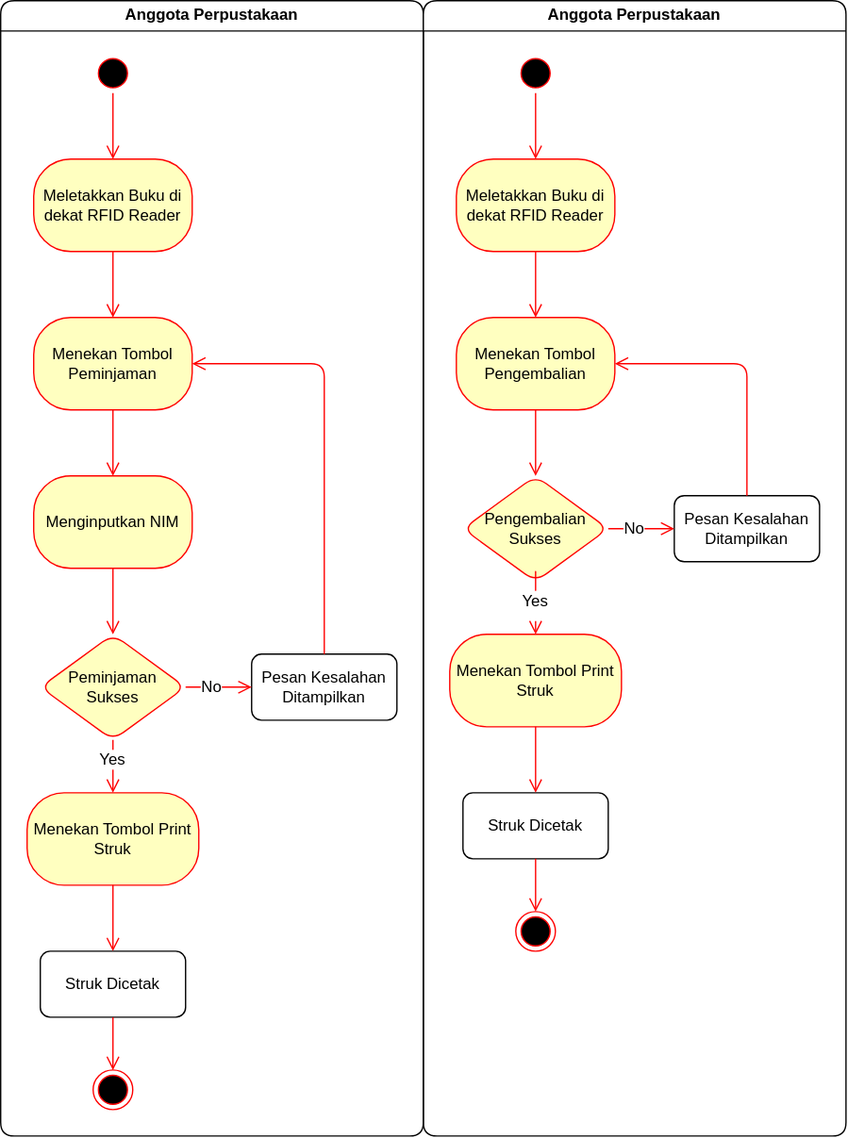
fauzan-radji/diagrams keeps this draw.io diagram as activity-diagram-sisfo-perpustakaan.drawio.svg. Above is the earlier version. Source tidied: cells renumbered, new cells last; positions are measured from the earlier drawing's top-left corner, leaving out a move shared by most shapes.
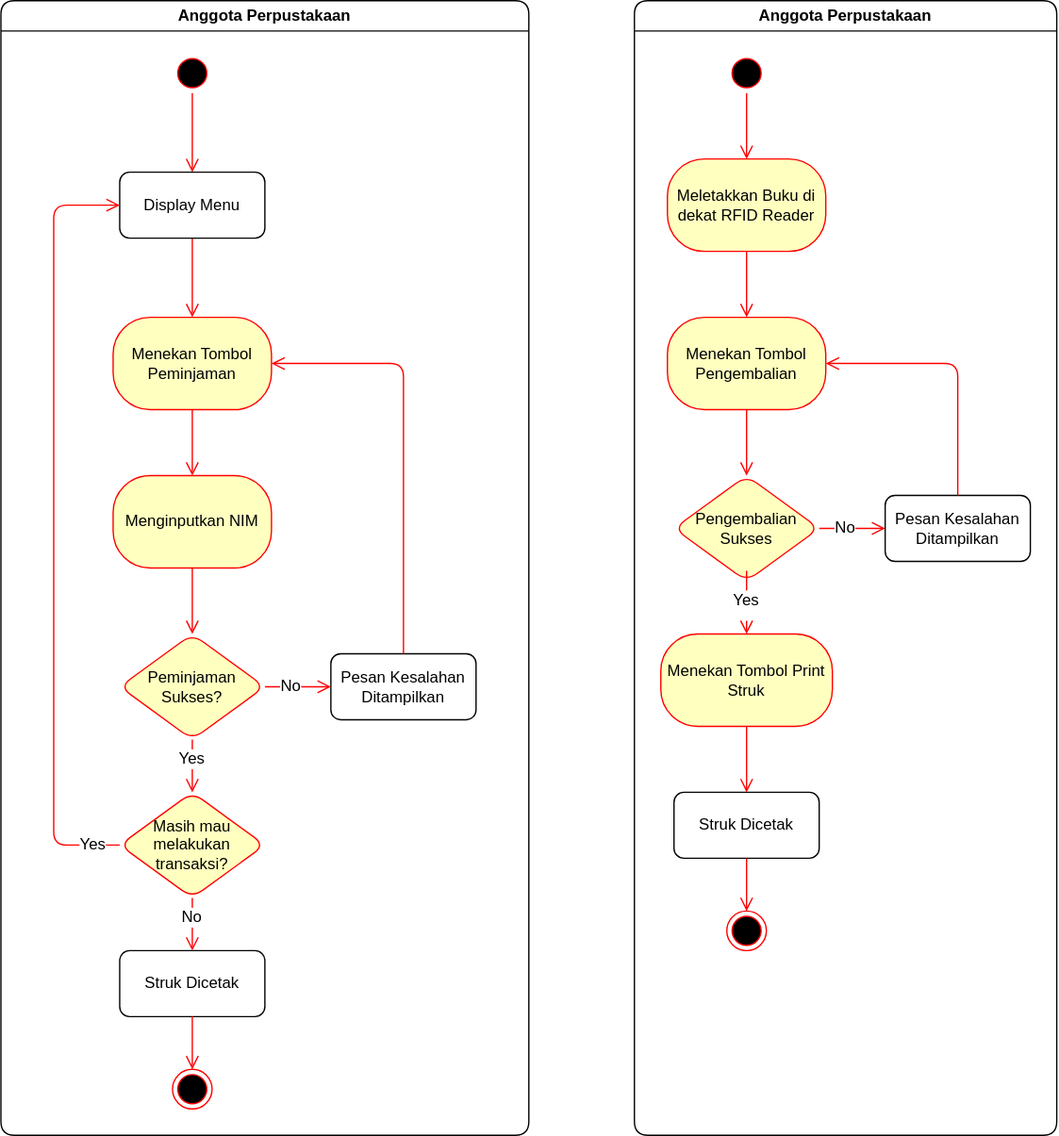
Later version of the same file.

What changed in the source:
```diff
@@ -3,44 +3,38 @@
     <mxCell id="0" />
     <mxCell id="1" parent="0" />
     <mxCell id="2" value="Anggota Perpustakaan" style="swimlane;whiteSpace=wrap;rounded=1;" parent="1" vertex="1">
-      <mxGeometry width="320" height="860" as="geometry" />
+      <mxGeometry x="-80" width="400" height="860" as="geometry" />
     </mxCell>
     <mxCell id="3" style="ellipse;shape=startState;fillColor=#000000;strokeColor=#ff0000;rounded=1;" parent="2" vertex="1">
-      <mxGeometry x="70" y="40" width="30" height="30" as="geometry" />
+      <mxGeometry x="130" y="40" width="30" height="30" as="geometry" />
     </mxCell>
-    <mxCell id="4" style="edgeStyle=elbowEdgeStyle;elbow=horizontal;verticalAlign=bottom;endArrow=open;endSize=8;strokeColor=#FF0000;endFill=1;rounded=1;entryX=0.5;entryY=0;entryDx=0;entryDy=0;" parent="2" edge="1" source="3" target="5">
-      <mxGeometry x="100" y="40" as="geometry">
+    <mxCell id="4" style="edgeStyle=elbowEdgeStyle;elbow=horizontal;verticalAlign=bottom;endArrow=open;endSize=8;strokeColor=#FF0000;endFill=1;rounded=1;entryX=0.5;entryY=0;entryDx=0;entryDy=0;" parent="2" edge="1" source="3" target="43">
+      <mxGeometry x="160" y="40" as="geometry">
         <Array as="points">
-          <mxPoint x="85" y="90" />
+          <mxPoint x="145" y="90" />
         </Array>
       </mxGeometry>
     </mxCell>
-    <mxCell id="5" value="Meletakkan Buku di dekat RFID Reader" style="rounded=1;whiteSpace=wrap;html=1;arcSize=40;fontColor=#000000;fillColor=#ffffc0;strokeColor=#ff0000;" parent="2" vertex="1">
-      <mxGeometry x="25" y="120" width="120" height="70" as="geometry" />
-    </mxCell>
-    <mxCell id="6" style="edgeStyle=orthogonalEdgeStyle;html=1;verticalAlign=bottom;endArrow=open;endSize=8;strokeColor=#ff0000;rounded=1;exitX=0.5;exitY=1;exitDx=0;exitDy=0;entryX=0.5;entryY=0;entryDx=0;entryDy=0;" parent="2" edge="1" source="5" target="7">
+    <mxCell id="6" style="edgeStyle=orthogonalEdgeStyle;html=1;verticalAlign=bottom;endArrow=open;endSize=8;strokeColor=#ff0000;rounded=1;exitX=0.5;exitY=1;exitDx=0;exitDy=0;entryX=0.5;entryY=0;entryDx=0;entryDy=0;" parent="2" edge="1" source="43" target="7">
       <mxGeometry relative="1" as="geometry" />
     </mxCell>
     <mxCell id="7" value="Menekan Tombol Peminjaman" style="rounded=1;whiteSpace=wrap;html=1;arcSize=40;fontColor=#000000;fillColor=#ffffc0;strokeColor=#ff0000;" parent="2" vertex="1">
-      <mxGeometry x="25" y="240" width="120" height="70" as="geometry" />
+      <mxGeometry x="85" y="240" width="120" height="70" as="geometry" />
     </mxCell>
     <mxCell id="8" value="Menginputkan NIM" style="rounded=1;whiteSpace=wrap;html=1;arcSize=40;fontColor=#000000;fillColor=#ffffc0;strokeColor=#ff0000;" parent="2" vertex="1">
-      <mxGeometry x="25" y="360" width="120" height="70" as="geometry" />
+      <mxGeometry x="85" y="360" width="120" height="70" as="geometry" />
     </mxCell>
-    <mxCell id="9" value="Menekan Tombol Print Struk" style="rounded=1;whiteSpace=wrap;html=1;arcSize=40;fontColor=#000000;fillColor=#ffffc0;strokeColor=#ff0000;" parent="2" vertex="1">
-      <mxGeometry x="20" y="600" width="130" height="70" as="geometry" />
-    </mxCell>
-    <mxCell id="10" value="Peminjaman Sukses" style="rhombus;fillColor=#ffffc0;strokeColor=#ff0000;rounded=1;whiteSpace=wrap;" parent="2" vertex="1">
-      <mxGeometry x="30" y="480" width="110" height="80" as="geometry" />
+    <mxCell id="10" value="Peminjaman Sukses?" style="rhombus;fillColor=#ffffc0;strokeColor=#ff0000;rounded=1;whiteSpace=wrap;" parent="2" vertex="1">
+      <mxGeometry x="90" y="480" width="110" height="80" as="geometry" />
     </mxCell>
     <mxCell id="11" value="Pesan Kesalahan Ditampilkan" style="rounded=1;whiteSpace=wrap;" parent="2" vertex="1">
-      <mxGeometry x="190" y="495" width="110" height="50" as="geometry" />
+      <mxGeometry x="250" y="495" width="110" height="50" as="geometry" />
     </mxCell>
     <mxCell id="12" style="ellipse;shape=endState;fillColor=#000000;strokeColor=#ff0000;rounded=1;" parent="2" vertex="1">
-      <mxGeometry x="70" y="810" width="30" height="30" as="geometry" />
+      <mxGeometry x="130" y="810" width="30" height="30" as="geometry" />
     </mxCell>
     <mxCell id="13" value="Struk Dicetak" style="rounded=1;whiteSpace=wrap;" parent="2" vertex="1">
-      <mxGeometry x="30" y="720" width="110" height="50" as="geometry" />
+      <mxGeometry x="90" y="720" width="110" height="50" as="geometry" />
     </mxCell>
     <mxCell id="14" style="edgeStyle=orthogonalEdgeStyle;html=1;verticalAlign=bottom;endArrow=open;endSize=8;strokeColor=#ff0000;rounded=1;exitX=0.5;exitY=1;exitDx=0;exitDy=0;entryX=0.5;entryY=0;entryDx=0;entryDy=0;" parent="2" edge="1" source="7" target="8">
       <mxGeometry relative="1" as="geometry" />
@@ -48,10 +42,10 @@
     <mxCell id="15" style="edgeStyle=orthogonalEdgeStyle;html=1;verticalAlign=bottom;endArrow=open;endSize=8;strokeColor=#ff0000;rounded=1;exitX=0.5;exitY=1;exitDx=0;exitDy=0;" parent="2" edge="1" source="8" target="10">
       <mxGeometry relative="1" as="geometry" />
     </mxCell>
-    <mxCell id="16" style="edgeStyle=orthogonalEdgeStyle;html=1;verticalAlign=bottom;endArrow=open;endSize=8;strokeColor=#ff0000;rounded=1;exitX=0.5;exitY=1;exitDx=0;exitDy=0;" parent="2" edge="1" source="10" target="9">
+    <mxCell id="16" style="edgeStyle=orthogonalEdgeStyle;html=1;verticalAlign=bottom;endArrow=open;endSize=8;strokeColor=#ff0000;rounded=1;exitX=0.5;exitY=1;exitDx=0;exitDy=0;entryX=0.5;entryY=0;entryDx=0;entryDy=0;" parent="2" edge="1" source="10" target="44">
       <mxGeometry relative="1" as="geometry" />
     </mxCell>
-    <mxCell id="17" style="edgeStyle=orthogonalEdgeStyle;html=1;verticalAlign=bottom;endArrow=open;endSize=8;strokeColor=#ff0000;rounded=1;exitX=0.5;exitY=1;exitDx=0;exitDy=0;entryX=0.5;entryY=0;entryDx=0;entryDy=0;" parent="2" edge="1" source="9" target="13">
+    <mxCell id="17" style="edgeStyle=orthogonalEdgeStyle;html=1;verticalAlign=bottom;endArrow=open;endSize=8;strokeColor=#ff0000;rounded=1;exitX=0.5;exitY=1;exitDx=0;exitDy=0;entryX=0.5;entryY=0;entryDx=0;entryDy=0;" parent="2" edge="1" source="44" target="13">
       <mxGeometry relative="1" as="geometry" />
     </mxCell>
     <mxCell id="18" style="edgeStyle=orthogonalEdgeStyle;html=1;verticalAlign=bottom;endArrow=open;endSize=8;strokeColor=#ff0000;rounded=1;exitX=0.5;exitY=1;exitDx=0;exitDy=0;entryX=0.5;entryY=0;entryDx=0;entryDy=0;" parent="2" edge="1" source="13" target="12">
@@ -59,20 +53,40 @@
     </mxCell>
     <mxCell id="19" style="edgeStyle=orthogonalEdgeStyle;html=1;verticalAlign=bottom;endArrow=open;endSize=8;strokeColor=#ff0000;rounded=1;exitX=1;exitY=0.5;exitDx=0;exitDy=0;" parent="2" edge="1" source="10">
       <mxGeometry relative="1" as="geometry">
-        <mxPoint x="190" y="520" as="targetPoint" />
+        <mxPoint x="250" y="520" as="targetPoint" />
       </mxGeometry>
     </mxCell>
     <mxCell id="20" style="edgeStyle=orthogonalEdgeStyle;html=1;verticalAlign=bottom;endArrow=open;endSize=8;strokeColor=#ff0000;rounded=1;exitX=0.5;exitY=0;exitDx=0;exitDy=0;entryX=1;entryY=0.5;entryDx=0;entryDy=0;" parent="2" edge="1" source="11" target="7">
       <mxGeometry relative="1" as="geometry" />
     </mxCell>
     <mxCell id="21" value="Yes" style="text;html=1;strokeColor=none;fillColor=none;align=center;verticalAlign=middle;whiteSpace=wrap;rounded=0;labelBackgroundColor=default;" parent="2" vertex="1">
-      <mxGeometry x="55" y="560" width="60" height="30" as="geometry" />
+      <mxGeometry x="115" y="560" width="60" height="30" as="geometry" />
     </mxCell>
     <mxCell id="22" value="No" style="text;html=1;strokeColor=none;fillColor=none;align=center;verticalAlign=middle;whiteSpace=wrap;rounded=0;labelBackgroundColor=default;" parent="2" vertex="1">
-      <mxGeometry x="130" y="505" width="60" height="30" as="geometry" />
+      <mxGeometry x="190" y="505" width="60" height="30" as="geometry" />
     </mxCell>
+    <mxCell id="43" value="Display Menu" style="rounded=1;whiteSpace=wrap;" parent="2" vertex="1">
+      <mxGeometry x="90" y="130" width="110" height="50" as="geometry" />
+    </mxCell>
+    <mxCell id="44" value="Masih mau melakukan transaksi?" style="rhombus;fillColor=#ffffc0;strokeColor=#ff0000;rounded=1;whiteSpace=wrap;" parent="2" vertex="1">
+      <mxGeometry x="90" y="600" width="110" height="80" as="geometry" />
+    </mxCell>
+    <mxCell id="45" style="edgeStyle=orthogonalEdgeStyle;html=1;verticalAlign=bottom;endArrow=open;endSize=8;strokeColor=#ff0000;rounded=1;entryX=0;entryY=0.5;entryDx=0;entryDy=0;startArrow=none;" parent="2" edge="1" source="44" target="43">
+      <mxGeometry relative="1" as="geometry">
+        <Array as="points">
+          <mxPoint x="40" y="640" />
+          <mxPoint x="40" y="155" />
+        </Array>
+      </mxGeometry>
+    </mxCell>
+    <mxCell id="46" value="No" style="text;html=1;strokeColor=none;fillColor=none;align=center;verticalAlign=middle;whiteSpace=wrap;rounded=0;labelBackgroundColor=default;" parent="2" vertex="1">
+      <mxGeometry x="115" y="680" width="60" height="30" as="geometry" />
+    </mxCell>
+    <mxCell id="47" value="Yes" style="text;html=1;strokeColor=none;fillColor=none;align=center;verticalAlign=middle;whiteSpace=wrap;rounded=0;labelBackgroundColor=default;" parent="2" vertex="1">
+      <mxGeometry x="40" y="625" width="60" height="30" as="geometry" />
+    </mxCell>
     <mxCell id="23" value="Anggota Perpustakaan" style="swimlane;whiteSpace=wrap;rounded=1;" parent="1" vertex="1">
-      <mxGeometry x="320" width="320" height="860" as="geometry" />
+      <mxGeometry x="400" width="320" height="860" as="geometry" />
     </mxCell>
     <mxCell id="24" style="ellipse;shape=startState;fillColor=#000000;strokeColor=#ff0000;rounded=1;" parent="23" vertex="1">
       <mxGeometry x="70" y="40" width="30" height="30" as="geometry" />
```
